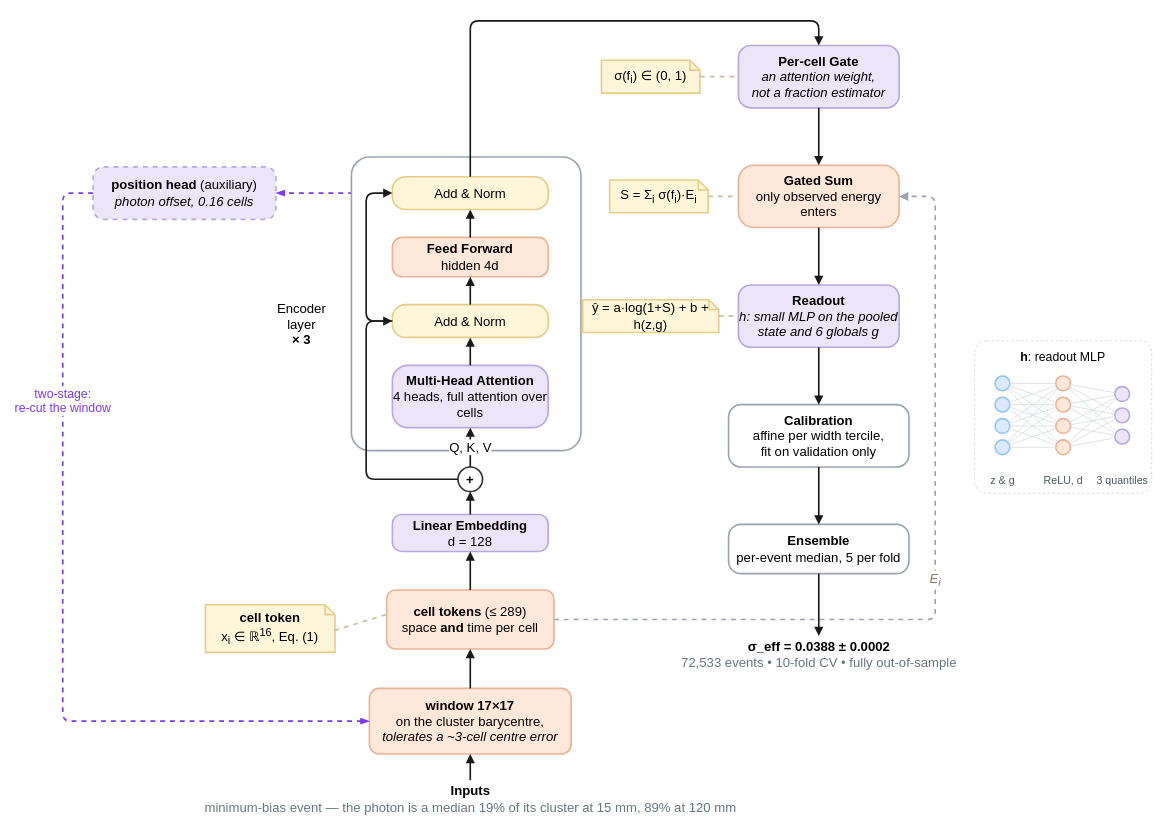
Lworakan/GSoC2026-picocal-spacetime-transformer keeps this draw.io diagram as paper/spacetformer.drawio. Above is the earlier version. Source tidied: cells renumbered, new cells numbered last; positions are measured from the earlier drawing's top-left corner, leaving out a move shared by most shapes. Both pictures are drawn from the tidied source at 82%, with x=0, y=0 at pixel (62, 20).
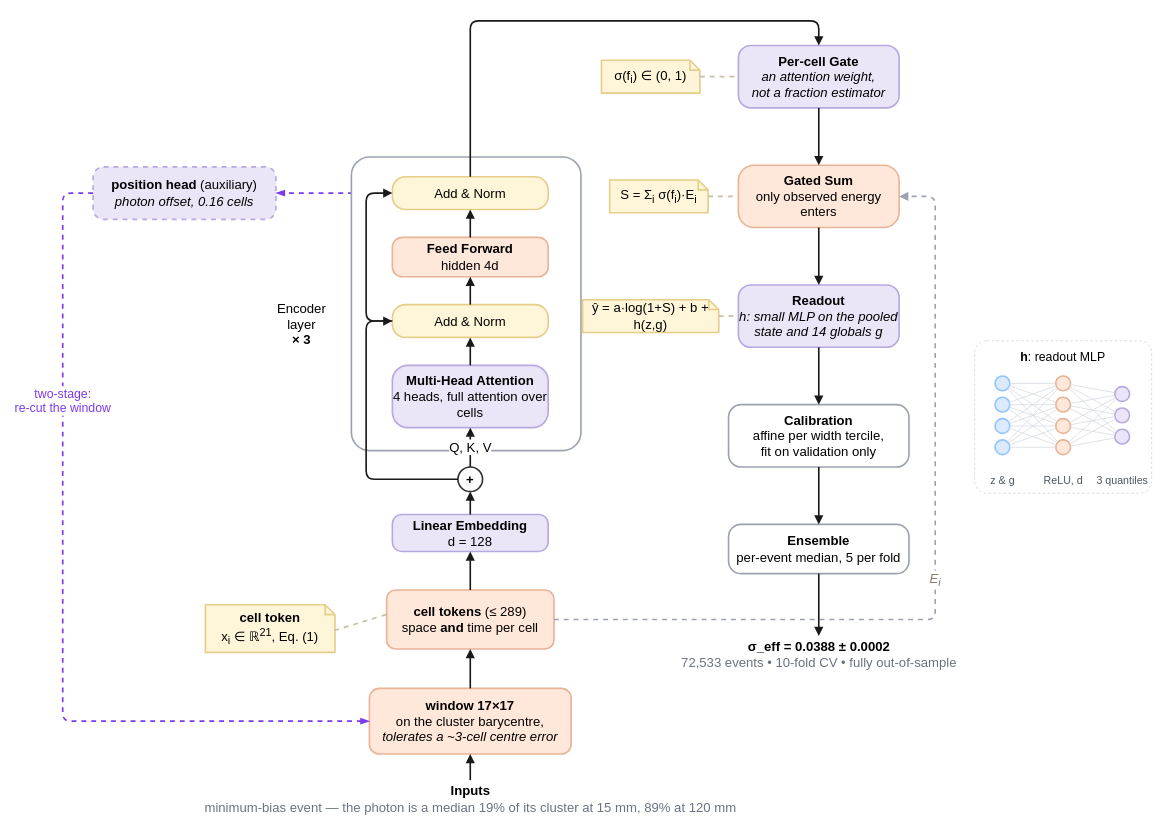
The same diagram, later.

Diff of the diagram source:
```diff
@@
-    <mxCell id="5" value="&lt;b&gt;cell token&lt;/b&gt;&lt;br&gt;x&lt;sub&gt;i&lt;/sub&gt; ∈ ℝ&lt;sup&gt;16&lt;/sup&gt;, Eq. (1)" style="shape=note;whiteSpace=wrap;html=1;backgroundOutline=1;size=12;fillColor=#FFF6D9;strokeColor=#E6CE8A;fontSize=16;align=center;strokeWidth=2;" parent="1" vertex="1">
+    <mxCell id="5" value="&lt;b&gt;cell token&lt;/b&gt;&lt;br&gt;x&lt;sub&gt;i&lt;/sub&gt; ∈ ℝ&lt;sup&gt;21&lt;/sup&gt;, Eq. (1)" style="shape=note;whiteSpace=wrap;html=1;backgroundOutline=1;size=12;fillColor=#FFF6D9;strokeColor=#E6CE8A;fontSize=16;align=center;strokeWidth=2;" parent="1" vertex="1">
       <mxGeometry x="174" y="712" width="158" height="58" as="geometry" />
     </mxCell>
@@
-    <mxCell id="24" value="&lt;b&gt;Readout&lt;/b&gt;&lt;br&gt;&lt;font&gt;&lt;i&gt;h: small MLP on the pooled&lt;br&gt;state and 6 globals g&lt;/i&gt;&lt;/font&gt;" style="rounded=1;arcSize=20;whiteSpace=wrap;html=1;fillColor=#EBE6F7;strokeColor=#B7A9E0;fontSize=16;strokeWidth=2;" parent="1" vertex="1">
+    <mxCell id="24" value="&lt;b&gt;Readout&lt;/b&gt;&lt;br&gt;&lt;font&gt;&lt;i&gt;h: small MLP on the pooled&lt;br&gt;state and 14 globals g&lt;/i&gt;&lt;/font&gt;" style="rounded=1;arcSize=20;whiteSpace=wrap;html=1;fillColor=#EBE6F7;strokeColor=#B7A9E0;fontSize=16;strokeWidth=2;" parent="1" vertex="1">
       <mxGeometry x="824" y="322" width="196" height="76" as="geometry" />
     </mxCell>
```
